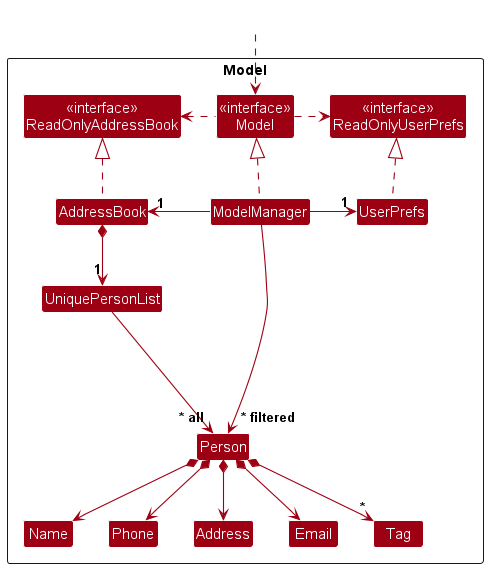
Above: docs/images/ModelClassDiagram.png in nus-cs2103-AY2324S2/tp (PlantUML), before the change.
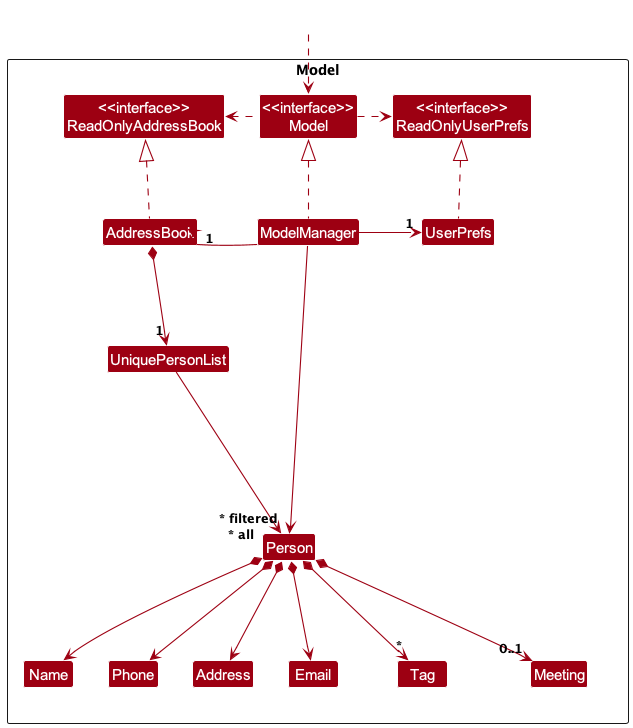
Above is the later version.

Commit message:
Add Meeting class to Model class diagram

What changed in the source:
```diff
@@ -19,6 +19,7 @@
 Class Name
 Class Phone
 Class Tag
+Class Meeting
 
 Class I #FFFFFF
 }
@@ -42,6 +43,7 @@
 Person *--> Email
 Person *--> Address
 Person *--> "*" Tag
+Person *--> "0..1" Meeting
 
 Person -[hidden]up--> I
 UniquePersonList -[hidden]right-> I
```
